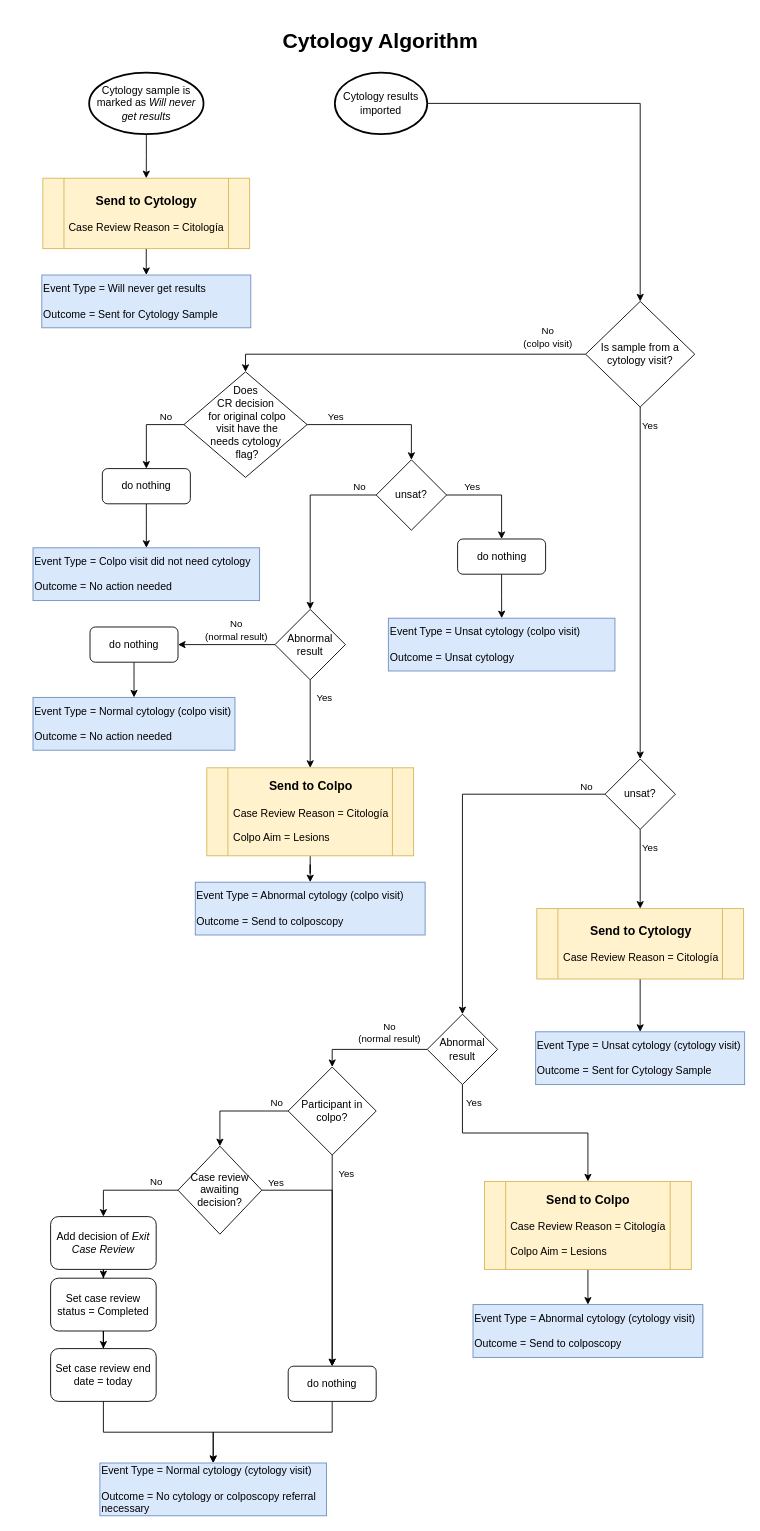
The draw.io diagram Cytology algorithm.drawio in stealthv/aurora-algorithms, before the edit. Source tidied: cells renumbered, new cells numbered last; positions are measured from the earlier drawing's top-left corner, leaving out a move shared by most shapes. Both pictures are drawn from the tidied source at 88%, with x=0, y=0 at pixel (15, 28).
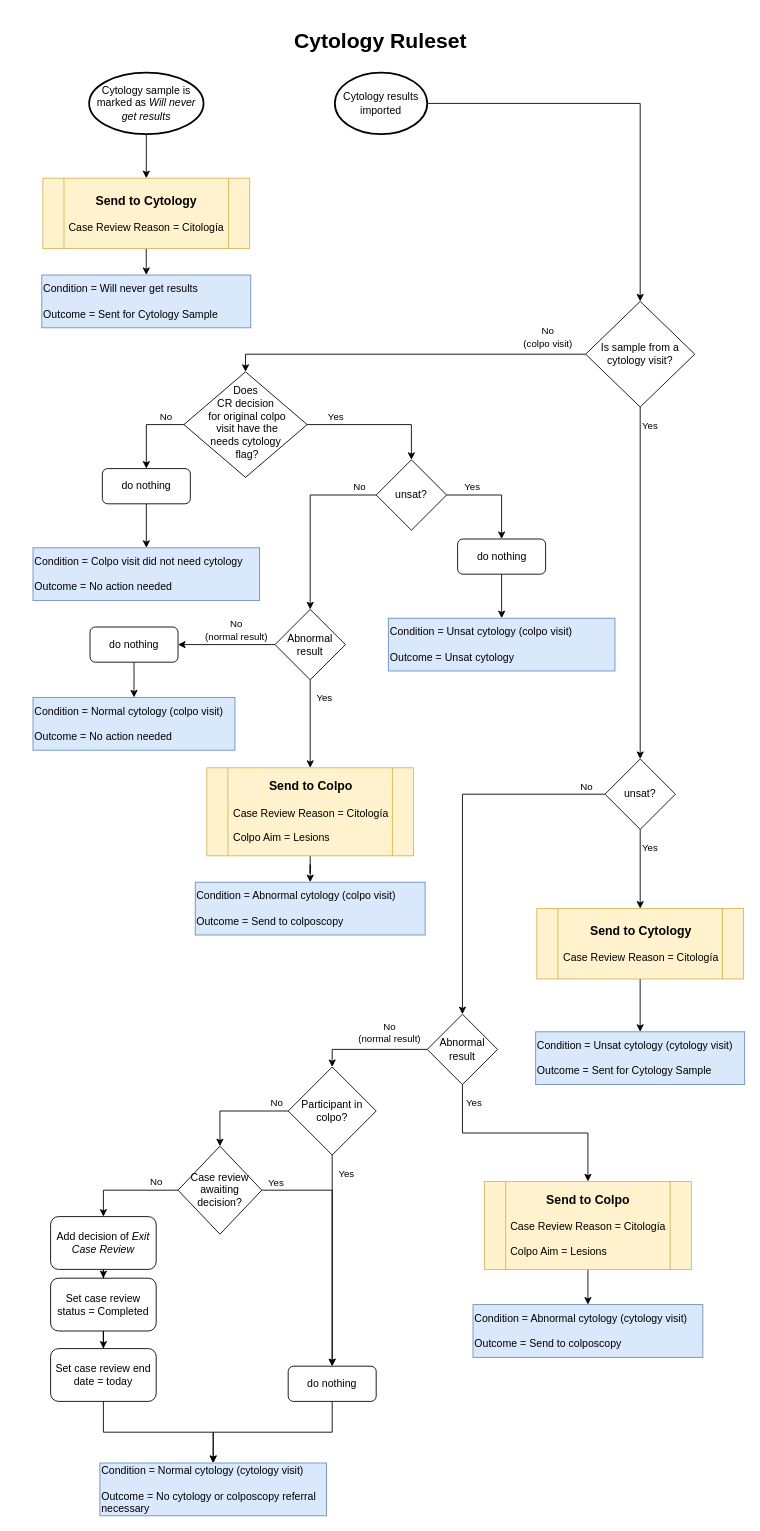
The same page after the edit.

Change to the diagram source:
```diff
@@
-    <mxCell id="2" value="&lt;h1&gt;Cytology Algorithm&lt;/h1&gt;" style="text;html=1;whiteSpace=wrap;strokeColor=none;fillColor=none;align=center;verticalAlign=middle;rounded=0;" parent="1" vertex="1">
+    <mxCell id="2" value="&lt;h1&gt;Cytology Ruleset&lt;/h1&gt;" style="text;html=1;whiteSpace=wrap;strokeColor=none;fillColor=none;align=center;verticalAlign=middle;rounded=0;" parent="1" vertex="1">
       <mxGeometry width="830" height="30" as="geometry" />
     </mxCell>
@@
-    <mxCell id="35" value="Event Type = Normal cytology (cytology visit)&lt;div&gt;&lt;span style=&quot;&quot;&gt;&lt;br&gt;&lt;/span&gt;&lt;/div&gt;&lt;div&gt;&lt;span style=&quot;&quot;&gt;Outcome =&amp;nbsp;&lt;/span&gt;No cytology or colposcopy referral necessary&lt;/div&gt;" style="rounded=0;whiteSpace=wrap;html=1;align=left;labelBackgroundColor=none;fillColor=#dae8fc;strokeColor=#6c8ebf;" parent="1" vertex="1">
+    <mxCell id="35" value="Condition = Normal cytology (cytology visit)&lt;div&gt;&lt;span style=&quot;&quot;&gt;&lt;br&gt;&lt;/span&gt;&lt;/div&gt;&lt;div&gt;&lt;span style=&quot;&quot;&gt;Outcome =&amp;nbsp;&lt;/span&gt;No cytology or colposcopy referral necessary&lt;/div&gt;" style="rounded=0;whiteSpace=wrap;html=1;align=left;labelBackgroundColor=none;fillColor=#dae8fc;strokeColor=#6c8ebf;" parent="1" vertex="1">
       <mxGeometry x="96" y="1630" width="257.5" height="60" as="geometry" />
     </mxCell>
@@
-    <mxCell id="39" value="Event Type = Unsat cytology (cytology visit)&lt;div&gt;&lt;span style=&quot;&quot;&gt;&lt;br&gt;&lt;/span&gt;&lt;/div&gt;&lt;div&gt;&lt;span style=&quot;&quot;&gt;Outcome =&amp;nbsp;&lt;/span&gt;Sent for Cytology Sample&lt;/div&gt;" style="rounded=0;whiteSpace=wrap;html=1;align=left;labelBackgroundColor=none;fillColor=#dae8fc;strokeColor=#6c8ebf;" parent="1" vertex="1">
+    <mxCell id="39" value="Condition = Unsat cytology (cytology visit)&lt;div&gt;&lt;span style=&quot;&quot;&gt;&lt;br&gt;&lt;/span&gt;&lt;/div&gt;&lt;div&gt;&lt;span style=&quot;&quot;&gt;Outcome =&amp;nbsp;&lt;/span&gt;Sent for Cytology Sample&lt;/div&gt;" style="rounded=0;whiteSpace=wrap;html=1;align=left;labelBackgroundColor=none;fillColor=#dae8fc;strokeColor=#6c8ebf;" parent="1" vertex="1">
       <mxGeometry x="591.2" y="1140" width="237.5" height="60" as="geometry" />
     </mxCell>
@@
-    <mxCell id="44" value="Event Type = Abnormal cytology (cytology visit)&lt;div&gt;&lt;span style=&quot;&quot;&gt;&lt;br&gt;&lt;/span&gt;&lt;/div&gt;&lt;div&gt;&lt;span style=&quot;&quot;&gt;Outcome =&amp;nbsp;&lt;/span&gt;Send to colposcopy&lt;/div&gt;" style="rounded=0;whiteSpace=wrap;html=1;align=left;labelBackgroundColor=none;fillColor=#dae8fc;strokeColor=#6c8ebf;" parent="1" vertex="1">
+    <mxCell id="44" value="Condition = Abnormal cytology (cytology visit)&lt;div&gt;&lt;span style=&quot;&quot;&gt;&lt;br&gt;&lt;/span&gt;&lt;/div&gt;&lt;div&gt;&lt;span style=&quot;&quot;&gt;Outcome =&amp;nbsp;&lt;/span&gt;Send to colposcopy&lt;/div&gt;" style="rounded=0;whiteSpace=wrap;html=1;align=left;labelBackgroundColor=none;fillColor=#dae8fc;strokeColor=#6c8ebf;" parent="1" vertex="1">
       <mxGeometry x="520" y="1450" width="261.2" height="60" as="geometry" />
     </mxCell>
@@
-    <mxCell id="52" value="Event Type = Colpo visit did not need cytology&lt;div&gt;&lt;span style=&quot;&quot;&gt;&lt;br&gt;&lt;/span&gt;&lt;/div&gt;&lt;div&gt;&lt;span style=&quot;&quot;&gt;Outcome =&amp;nbsp;&lt;/span&gt;No action needed&lt;/div&gt;" style="rounded=0;whiteSpace=wrap;html=1;align=left;labelBackgroundColor=none;fillColor=#dae8fc;strokeColor=#6c8ebf;" parent="1" vertex="1">
+    <mxCell id="52" value="Condition = Colpo visit did not need cytology&lt;div&gt;&lt;span style=&quot;&quot;&gt;&lt;br&gt;&lt;/span&gt;&lt;/div&gt;&lt;div&gt;&lt;span style=&quot;&quot;&gt;Outcome =&amp;nbsp;&lt;/span&gt;No action needed&lt;/div&gt;" style="rounded=0;whiteSpace=wrap;html=1;align=left;labelBackgroundColor=none;fillColor=#dae8fc;strokeColor=#6c8ebf;" parent="1" vertex="1">
       <mxGeometry x="20" y="590" width="257.5" height="60" as="geometry" />
     </mxCell>
@@
-    <mxCell id="60" value="Event Type = Normal cytology (colpo visit)&lt;div&gt;&lt;span style=&quot;&quot;&gt;&lt;br&gt;&lt;/span&gt;&lt;/div&gt;&lt;div&gt;&lt;span style=&quot;&quot;&gt;Outcome =&amp;nbsp;&lt;/span&gt;No action needed&lt;/div&gt;" style="rounded=0;whiteSpace=wrap;html=1;align=left;labelBackgroundColor=none;fillColor=#dae8fc;strokeColor=#6c8ebf;" parent="1" vertex="1">
+    <mxCell id="60" value="Condition = Normal cytology (colpo visit)&lt;div&gt;&lt;span style=&quot;&quot;&gt;&lt;br&gt;&lt;/span&gt;&lt;/div&gt;&lt;div&gt;&lt;span style=&quot;&quot;&gt;Outcome =&amp;nbsp;&lt;/span&gt;No action needed&lt;/div&gt;" style="rounded=0;whiteSpace=wrap;html=1;align=left;labelBackgroundColor=none;fillColor=#dae8fc;strokeColor=#6c8ebf;" parent="1" vertex="1">
       <mxGeometry x="20" y="760" width="229.5" height="60" as="geometry" />
     </mxCell>
@@
-    <mxCell id="63" value="Event Type = Abnormal cytology (colpo visit)&lt;div&gt;&lt;span style=&quot;&quot;&gt;&lt;br&gt;&lt;/span&gt;&lt;/div&gt;&lt;div&gt;&lt;span style=&quot;&quot;&gt;Outcome =&amp;nbsp;&lt;/span&gt;Send to colposcopy&lt;/div&gt;" style="rounded=0;whiteSpace=wrap;html=1;align=left;labelBackgroundColor=none;fillColor=#dae8fc;strokeColor=#6c8ebf;" parent="1" vertex="1">
+    <mxCell id="63" value="Condition = Abnormal cytology (colpo visit)&lt;div&gt;&lt;span style=&quot;&quot;&gt;&lt;br&gt;&lt;/span&gt;&lt;/div&gt;&lt;div&gt;&lt;span style=&quot;&quot;&gt;Outcome =&amp;nbsp;&lt;/span&gt;Send to colposcopy&lt;/div&gt;" style="rounded=0;whiteSpace=wrap;html=1;align=left;labelBackgroundColor=none;fillColor=#dae8fc;strokeColor=#6c8ebf;" parent="1" vertex="1">
       <mxGeometry x="204.4" y="970" width="261.2" height="60" as="geometry" />
     </mxCell>
@@
-    <mxCell id="71" value="Event Type = Unsat cytology (colpo visit)&lt;div&gt;&lt;span style=&quot;&quot;&gt;&lt;br&gt;&lt;/span&gt;&lt;/div&gt;&lt;div&gt;&lt;span style=&quot;&quot;&gt;Outcome = Unsat cytology&lt;/span&gt;&lt;/div&gt;" style="rounded=0;whiteSpace=wrap;html=1;align=left;labelBackgroundColor=none;fillColor=#dae8fc;strokeColor=#6c8ebf;" parent="1" vertex="1">
+    <mxCell id="71" value="Condition = Unsat cytology (colpo visit)&lt;div&gt;&lt;span style=&quot;&quot;&gt;&lt;br&gt;&lt;/span&gt;&lt;/div&gt;&lt;div&gt;&lt;span style=&quot;&quot;&gt;Outcome = Unsat cytology&lt;/span&gt;&lt;/div&gt;" style="rounded=0;whiteSpace=wrap;html=1;align=left;labelBackgroundColor=none;fillColor=#dae8fc;strokeColor=#6c8ebf;" parent="1" vertex="1">
       <mxGeometry x="423.8" y="670" width="257.5" height="60" as="geometry" />
     </mxCell>
-    <mxCell id="72" value="Event Type = Will never get results&lt;div&gt;&lt;span style=&quot;&quot;&gt;&lt;br&gt;&lt;/span&gt;&lt;/div&gt;&lt;div&gt;&lt;span style=&quot;&quot;&gt;Outcome =&amp;nbsp;&lt;/span&gt;Sent for Cytology Sample&lt;/div&gt;" style="rounded=0;whiteSpace=wrap;html=1;align=left;labelBackgroundColor=none;fillColor=#dae8fc;strokeColor=#6c8ebf;" parent="1" vertex="1">
+    <mxCell id="72" value="Condition = Will never get results&lt;div&gt;&lt;span style=&quot;&quot;&gt;&lt;br&gt;&lt;/span&gt;&lt;/div&gt;&lt;div&gt;&lt;span style=&quot;&quot;&gt;Outcome =&amp;nbsp;&lt;/span&gt;Sent for Cytology Sample&lt;/div&gt;" style="rounded=0;whiteSpace=wrap;html=1;align=left;labelBackgroundColor=none;fillColor=#dae8fc;strokeColor=#6c8ebf;" parent="1" vertex="1">
       <mxGeometry x="30" y="280" width="237.5" height="60" as="geometry" />
     </mxCell>
```
